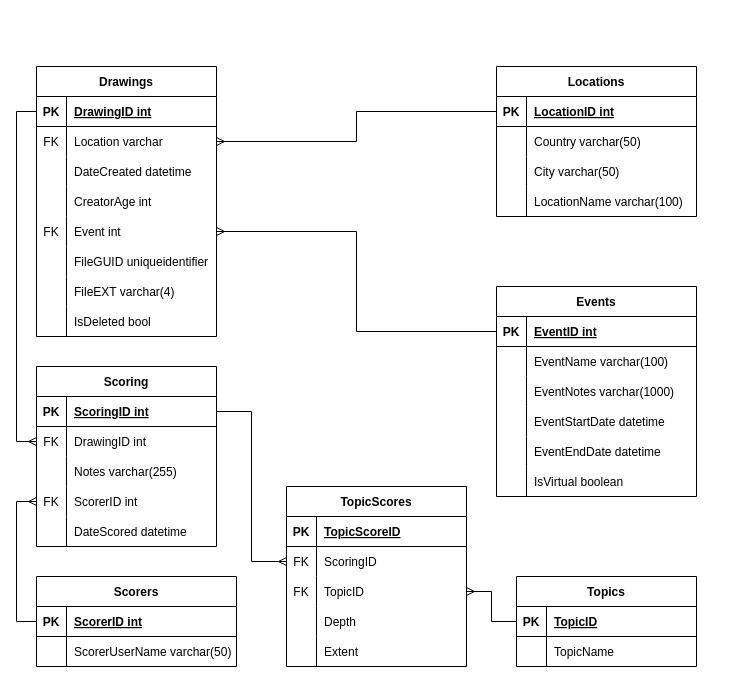
Earlier version of the draw.io diagram Project Docs/Diagrams/Entity Relationship Diagram/NMA ERD.drawio (jgalminas/nma). Source tidied: cells renumbered, new cells numbered last; positions are measured from the earlier drawing's top-left corner, leaving out a move shared by most shapes. Both pictures are drawn from the tidied source at 100%, with x=0, y=0 at pixel (36, 66).
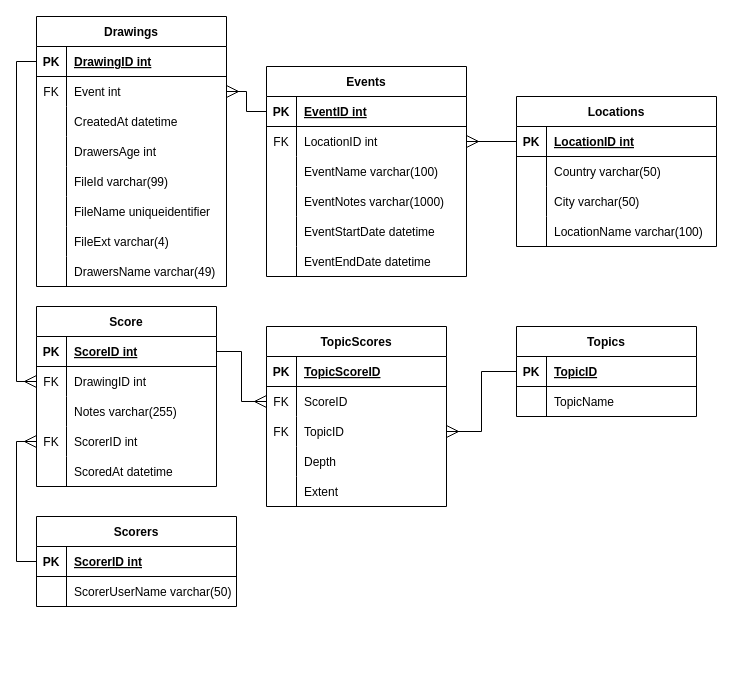
Above is the later version.

Unchanged cells that the change refers to:
```xml
<mxCell id="28" style="shape=tableRow;horizontal=0;startSize=0;swimlaneHead=0;swimlaneBody=0;fillColor=none;points=[[0,0.5],[1,0.5]];portConstraint=eastwest;top=0;left=0;right=0;bottom=1;" parent="27" vertex="1">
  <mxGeometry y="30" width="200" height="30" as="geometry" />
</mxCell>
<mxCell id="35" style="shape=tableRow;horizontal=0;startSize=0;swimlaneHead=0;swimlaneBody=0;fillColor=none;points=[[0,0.5],[1,0.5]];portConstraint=eastwest;top=0;left=0;right=0;bottom=1;" parent="34" vertex="1">
  <mxGeometry y="30" width="180" height="30" as="geometry" />
</mxCell>
<mxCell id="38" style="shape=tableRow;horizontal=0;startSize=0;swimlaneHead=0;swimlaneBody=0;fillColor=none;points=[[0,0.5],[1,0.5]];portConstraint=eastwest;top=0;left=0;right=0;bottom=0;" parent="34" vertex="1">
  <mxGeometry y="60" width="180" height="30" as="geometry" />
</mxCell>
<mxCell id="44" style="shape=tableRow;horizontal=0;startSize=0;swimlaneHead=0;swimlaneBody=0;fillColor=none;points=[[0,0.5],[1,0.5]];portConstraint=eastwest;top=0;left=0;right=0;bottom=0;" parent="34" vertex="1">
  <mxGeometry y="120" width="180" height="30" as="geometry" />
</mxCell>
<mxCell id="47" style="shape=tableRow;horizontal=0;startSize=0;swimlaneHead=0;swimlaneBody=0;fillColor=none;top=0;left=0;right=0;bottom=0;" parent="34" vertex="1">
  <mxGeometry y="150" width="180" height="30" as="geometry" />
</mxCell>
<mxCell id="51" style="shape=tableRow;horizontal=0;startSize=0;swimlaneHead=0;swimlaneBody=0;fillColor=none;points=[[0,0.5],[1,0.5]];portConstraint=eastwest;top=0;left=0;right=0;bottom=1;" parent="50" vertex="1">
  <mxGeometry y="30" width="200" height="30" as="geometry" />
</mxCell>
<mxCell id="72" style="shape=tableRow;horizontal=0;startSize=0;swimlaneHead=0;swimlaneBody=0;fillColor=none;points=[[0,0.5],[1,0.5]];portConstraint=eastwest;top=0;left=0;right=0;bottom=1;" parent="71" vertex="1">
  <mxGeometry y="30" width="200" height="30" as="geometry" />
</mxCell>
<mxCell id="86" style="shape=tableRow;horizontal=0;startSize=0;swimlaneHead=0;swimlaneBody=0;fillColor=none;points=[[0,0.5],[1,0.5]];portConstraint=eastwest;top=0;left=0;right=0;bottom=1;" parent="85" vertex="1">
  <mxGeometry y="30" width="180" height="30" as="geometry" />
</mxCell>
<mxCell id="96" style="shape=tableRow;horizontal=0;startSize=0;swimlaneHead=0;swimlaneBody=0;fillColor=none;points=[[0,0.5],[1,0.5]];portConstraint=eastwest;top=0;left=0;right=0;bottom=0;" parent="92" vertex="1">
  <mxGeometry y="60" width="180" height="30" as="geometry" />
</mxCell>
<mxCell id="99" style="shape=tableRow;horizontal=0;startSize=0;swimlaneHead=0;swimlaneBody=0;fillColor=none;points=[[0,0.5],[1,0.5]];portConstraint=eastwest;top=0;left=0;right=0;bottom=0;" parent="92" vertex="1">
  <mxGeometry y="90" width="180" height="30" as="geometry" />
</mxCell>
```

Change to the diagram source:
```diff
@@
     <mxCell id="2" value="Drawings" style="shape=table;startSize=30;childLayout=tableLayout;rowLines=0;fontStyle=1;align=center;" parent="1" vertex="1">
-      <mxGeometry width="180" height="270" as="geometry" />
+      <mxGeometry y="-50" width="190" height="270" as="geometry" />
     </mxCell>
     <mxCell id="3" style="shape=tableRow;horizontal=0;startSize=0;swimlaneHead=0;swimlaneBody=0;fillColor=none;points=[[0,0.5],[1,0.5]];portConstraint=eastwest;top=0;left=0;right=0;bottom=1;" parent="2" vertex="1">
-      <mxGeometry y="30" width="180" height="30" as="geometry" />
+      <mxGeometry y="30" width="190" height="30" as="geometry" />
     </mxCell>
@@
     <mxCell id="5" value="DrawingID int" style="shape=partialRectangle;fillColor=none;top=0;left=0;bottom=0;right=0;align=left;spacingLeft=6;fontStyle=5;overflow=hidden;" parent="3" vertex="1">
-      <mxGeometry x="30" width="150" height="30" as="geometry" />
+      <mxGeometry x="30" width="160" height="30" as="geometry" />
     </mxCell>
-    <mxCell id="6" style="shape=tableRow;horizontal=0;startSize=0;swimlaneHead=0;swimlaneBody=0;fillColor=none;points=[[0,0.5],[1,0.5]];portConstraint=eastwest;top=0;left=0;right=0;bottom=0;" parent="2" vertex="1">
-      <mxGeometry y="60" width="180" height="30" as="geometry" />
-    </mxCell>
-    <mxCell id="7" value="FK" style="shape=partialRectangle;fillColor=none;top=0;left=0;bottom=0;right=0;overflow=hidden;" parent="6" vertex="1">
-      <mxGeometry width="30" height="30" as="geometry" />
-    </mxCell>
-    <mxCell id="8" value="Location varchar" style="shape=partialRectangle;fillColor=none;top=0;left=0;bottom=0;right=0;align=left;spacingLeft=6;overflow=hidden;" parent="6" vertex="1">
-      <mxGeometry x="30" width="150" height="30" as="geometry" />
-    </mxCell>
+    <mxCell id="15" style="shape=tableRow;horizontal=0;startSize=0;swimlaneHead=0;swimlaneBody=0;fillColor=none;points=[[0,0.5],[1,0.5]];portConstraint=eastwest;top=0;left=0;right=0;bottom=0;" parent="2" vertex="1">
+      <mxGeometry y="60" width="190" height="30" as="geometry" />
+    </mxCell>
+    <mxCell id="16" value="FK" style="shape=partialRectangle;fillColor=none;top=0;left=0;bottom=0;right=0;overflow=hidden;" parent="15" vertex="1">
+      <mxGeometry width="30" height="30" as="geometry" />
+    </mxCell>
+    <mxCell id="17" value="Event int" style="shape=partialRectangle;fillColor=none;top=0;left=0;bottom=0;right=0;align=left;spacingLeft=6;overflow=hidden;" parent="15" vertex="1">
+      <mxGeometry x="30" width="160" height="30" as="geometry" />
+    </mxCell>
     <mxCell id="9" style="shape=tableRow;horizontal=0;startSize=0;swimlaneHead=0;swimlaneBody=0;fillColor=none;top=0;left=0;right=0;bottom=0;" parent="2" vertex="1">
-      <mxGeometry y="90" width="180" height="30" as="geometry" />
+      <mxGeometry y="90" width="190" height="30" as="geometry" />
     </mxCell>
@@
-    <mxCell id="11" value="DateCreated datetime" style="shape=partialRectangle;fillColor=none;top=0;left=0;bottom=0;right=0;align=left;spacingLeft=6;overflow=hidden;" parent="9" vertex="1">
-      <mxGeometry x="30" width="150" height="30" as="geometry" />
+    <mxCell id="11" value="CreatedAt datetime" style="shape=partialRectangle;fillColor=none;top=0;left=0;bottom=0;right=0;align=left;spacingLeft=6;overflow=hidden;" parent="9" vertex="1">
+      <mxGeometry x="30" width="160" height="30" as="geometry" />
     </mxCell>
     <mxCell id="12" style="shape=tableRow;horizontal=0;startSize=0;swimlaneHead=0;swimlaneBody=0;fillColor=none;top=0;left=0;right=0;bottom=0;" parent="2" vertex="1">
-      <mxGeometry y="120" width="180" height="30" as="geometry" />
+      <mxGeometry y="120" width="190" height="30" as="geometry" />
     </mxCell>
@@
-    <mxCell id="14" value="CreatorAge int" style="shape=partialRectangle;fillColor=none;top=0;left=0;bottom=0;right=0;align=left;spacingLeft=6;overflow=hidden;" parent="12" vertex="1">
-      <mxGeometry x="30" width="150" height="30" as="geometry" />
+    <mxCell id="14" value="DrawersAge int" style="shape=partialRectangle;fillColor=none;top=0;left=0;bottom=0;right=0;align=left;spacingLeft=6;overflow=hidden;" parent="12" vertex="1">
+      <mxGeometry x="30" width="160" height="30" as="geometry" />
     </mxCell>
-    <mxCell id="15" style="shape=tableRow;horizontal=0;startSize=0;swimlaneHead=0;swimlaneBody=0;fillColor=none;points=[[0,0.5],[1,0.5]];portConstraint=eastwest;top=0;left=0;right=0;bottom=0;" parent="2" vertex="1">
-      <mxGeometry y="150" width="180" height="30" as="geometry" />
-    </mxCell>
-    <mxCell id="16" value="FK" style="shape=partialRectangle;fillColor=none;top=0;left=0;bottom=0;right=0;overflow=hidden;" parent="15" vertex="1">
-      <mxGeometry width="30" height="30" as="geometry" />
-    </mxCell>
-    <mxCell id="17" value="Event int" style="shape=partialRectangle;fillColor=none;top=0;left=0;bottom=0;right=0;align=left;spacingLeft=6;overflow=hidden;" parent="15" vertex="1">
-      <mxGeometry x="30" width="150" height="30" as="geometry" />
-    </mxCell>
     <mxCell id="18" style="shape=tableRow;horizontal=0;startSize=0;swimlaneHead=0;swimlaneBody=0;fillColor=none;top=0;left=0;right=0;bottom=0;" parent="2" vertex="1">
-      <mxGeometry y="180" width="180" height="30" as="geometry" />
+      <mxGeometry y="150" width="190" height="30" as="geometry" />
     </mxCell>
@@
-    <mxCell id="20" value="FileGUID uniqueidentifier" style="shape=partialRectangle;fillColor=none;top=0;left=0;bottom=0;right=0;align=left;spacingLeft=6;overflow=hidden;" parent="18" vertex="1">
-      <mxGeometry x="30" width="150" height="30" as="geometry" />
+    <mxCell id="20" value="FileId varchar(99)" style="shape=partialRectangle;fillColor=none;top=0;left=0;bottom=0;right=0;align=left;spacingLeft=6;overflow=hidden;" parent="18" vertex="1">
+      <mxGeometry x="30" width="160" height="30" as="geometry" />
     </mxCell>
+    <mxCell id="111" style="shape=tableRow;horizontal=0;startSize=0;swimlaneHead=0;swimlaneBody=0;fillColor=none;top=0;left=0;right=0;bottom=0;" parent="2" vertex="1">
+      <mxGeometry y="180" width="190" height="30" as="geometry" />
+    </mxCell>
+    <mxCell id="112" style="shape=partialRectangle;fillColor=none;top=0;left=0;bottom=0;right=0;overflow=hidden;" parent="111" vertex="1">
+      <mxGeometry width="30" height="30" as="geometry" />
+    </mxCell>
+    <mxCell id="113" value="FileName uniqueidentifier" style="shape=partialRectangle;fillColor=none;top=0;left=0;bottom=0;right=0;align=left;spacingLeft=6;overflow=hidden;" parent="111" vertex="1">
+      <mxGeometry x="30" width="160" height="30" as="geometry" />
+    </mxCell>
     <mxCell id="21" style="shape=tableRow;horizontal=0;startSize=0;swimlaneHead=0;swimlaneBody=0;fillColor=none;top=0;left=0;right=0;bottom=0;" parent="2" vertex="1">
-      <mxGeometry y="210" width="180" height="30" as="geometry" />
+      <mxGeometry y="210" width="190" height="30" as="geometry" />
     </mxCell>
@@
-    <mxCell id="23" value="FileEXT varchar(4)" style="shape=partialRectangle;fillColor=none;top=0;left=0;bottom=0;right=0;align=left;spacingLeft=6;overflow=hidden;" parent="21" vertex="1">
-      <mxGeometry x="30" width="150" height="30" as="geometry" />
+    <mxCell id="23" value="FileExt varchar(4)" style="shape=partialRectangle;fillColor=none;top=0;left=0;bottom=0;right=0;align=left;spacingLeft=6;overflow=hidden;" parent="21" vertex="1">
+      <mxGeometry x="30" width="160" height="30" as="geometry" />
     </mxCell>
-    <mxCell id="24" style="shape=tableRow;horizontal=0;startSize=0;swimlaneHead=0;swimlaneBody=0;fillColor=none;top=0;left=0;right=0;bottom=0;" parent="2" vertex="1">
-      <mxGeometry y="240" width="180" height="30" as="geometry" />
-    </mxCell>
-    <mxCell id="25" style="shape=partialRectangle;fillColor=none;top=0;left=0;bottom=0;right=0;overflow=hidden;" parent="24" vertex="1">
-      <mxGeometry width="30" height="30" as="geometry" />
-    </mxCell>
-    <mxCell id="26" value="IsDeleted bool" style="shape=partialRectangle;fillColor=none;top=0;left=0;bottom=0;right=0;align=left;spacingLeft=6;overflow=hidden;" parent="24" vertex="1">
-      <mxGeometry x="30" width="150" height="30" as="geometry" />
-    </mxCell>
+    <mxCell id="114" style="shape=tableRow;horizontal=0;startSize=0;swimlaneHead=0;swimlaneBody=0;fillColor=none;top=0;left=0;right=0;bottom=0;" parent="2" vertex="1">
+      <mxGeometry y="240" width="190" height="30" as="geometry" />
+    </mxCell>
+    <mxCell id="115" style="shape=partialRectangle;fillColor=none;top=0;left=0;bottom=0;right=0;overflow=hidden;" parent="114" vertex="1">
+      <mxGeometry width="30" height="30" as="geometry" />
+    </mxCell>
+    <mxCell id="116" value="DrawersName varchar(49)" style="shape=partialRectangle;fillColor=none;top=0;left=0;bottom=0;right=0;align=left;spacingLeft=6;overflow=hidden;" parent="114" vertex="1">
+      <mxGeometry x="30" width="160" height="30" as="geometry" />
+    </mxCell>
     <mxCell id="27" value="Scorers" style="shape=table;startSize=30;childLayout=tableLayout;rowLines=0;fontStyle=1;align=center;" parent="1" vertex="1">
-      <mxGeometry y="510" width="200" height="90" as="geometry" />
+      <mxGeometry y="450" width="200" height="90" as="geometry" />
     </mxCell>
@@
-    <mxCell id="34" value="Scoring" style="shape=table;startSize=30;childLayout=tableLayout;rowLines=0;fontStyle=1;align=center;" parent="1" vertex="1">
-      <mxGeometry y="300" width="180" height="180" as="geometry" />
+    <mxCell id="34" value="Score" style="shape=table;startSize=30;childLayout=tableLayout;rowLines=0;fontStyle=1;align=center;" parent="1" vertex="1">
+      <mxGeometry y="240" width="180" height="180" as="geometry" />
     </mxCell>
@@
-    <mxCell id="37" value="ScoringID int" style="shape=partialRectangle;fillColor=none;top=0;left=0;bottom=0;right=0;align=left;spacingLeft=6;fontStyle=5;overflow=hidden;" parent="35" vertex="1">
+    <mxCell id="37" value="ScoreID int" style="shape=partialRectangle;fillColor=none;top=0;left=0;bottom=0;right=0;align=left;spacingLeft=6;fontStyle=5;overflow=hidden;" parent="35" vertex="1">
       <mxGeometry x="30" width="150" height="30" as="geometry" />
     </mxCell>
@@
-    <mxCell id="49" value="DateScored datetime" style="shape=partialRectangle;fillColor=none;top=0;left=0;bottom=0;right=0;align=left;spacingLeft=6;overflow=hidden;" parent="47" vertex="1">
+    <mxCell id="49" value="ScoredAt datetime" style="shape=partialRectangle;fillColor=none;top=0;left=0;bottom=0;right=0;align=left;spacingLeft=6;overflow=hidden;" parent="47" vertex="1">
       <mxGeometry x="30" width="150" height="30" as="geometry" />
     </mxCell>
+    <mxCell id="117" style="edgeStyle=orthogonalEdgeStyle;rounded=0;jettySize=auto;html=1;endArrow=none;endFill=0;startArrow=ERmany;startFill=0;exitX=1;exitY=0.5;exitDx=0;exitDy=0;entryX=0;entryY=0.5;entryDx=0;entryDy=0;endSize=10;startSize=10;" parent="1" edge="1" source="118" target="72">
+      <mxGeometry relative="1" as="geometry" />
+    </mxCell>
     <mxCell id="50" value="Events" style="shape=table;startSize=30;childLayout=tableLayout;rowLines=0;fontStyle=1;align=center;" parent="1" vertex="1">
-      <mxGeometry x="460" y="220" width="200" height="210" as="geometry" />
+      <mxGeometry x="230" width="200" height="210" as="geometry" />
     </mxCell>
@@
+    <mxCell id="118" style="shape=tableRow;horizontal=0;startSize=0;swimlaneHead=0;swimlaneBody=0;fillColor=none;points=[[0,0.5],[1,0.5]];portConstraint=eastwest;top=0;left=0;right=0;bottom=0;" parent="50" vertex="1">
+      <mxGeometry y="60" width="200" height="30" as="geometry" />
+    </mxCell>
+    <mxCell id="7" value="FK" style="shape=partialRectangle;fillColor=none;top=0;left=0;bottom=0;right=0;overflow=hidden;" parent="118" vertex="1">
+      <mxGeometry width="30" height="30" as="geometry" />
+    </mxCell>
+    <mxCell id="119" value="LocationID int" style="shape=partialRectangle;fillColor=none;top=0;left=0;bottom=0;right=0;align=left;spacingLeft=6;overflow=hidden;" parent="118" vertex="1">
+      <mxGeometry x="30" width="170" height="30" as="geometry" />
+    </mxCell>
     <mxCell id="54" style="shape=tableRow;horizontal=0;startSize=0;swimlaneHead=0;swimlaneBody=0;fillColor=none;top=0;left=0;right=0;bottom=0;" parent="50" vertex="1">
-      <mxGeometry y="60" width="200" height="30" as="geometry" />
+      <mxGeometry y="90" width="200" height="30" as="geometry" />
     </mxCell>
@@
     <mxCell id="57" style="shape=tableRow;horizontal=0;startSize=0;swimlaneHead=0;swimlaneBody=0;fillColor=none;top=0;left=0;right=0;bottom=0;" parent="50" vertex="1">
-      <mxGeometry y="90" width="200" height="30" as="geometry" />
+      <mxGeometry y="120" width="200" height="30" as="geometry" />
     </mxCell>
@@
     <mxCell id="60" style="shape=tableRow;horizontal=0;startSize=0;swimlaneHead=0;swimlaneBody=0;fillColor=none;top=0;left=0;right=0;bottom=0;" parent="50" vertex="1">
-      <mxGeometry y="120" width="200" height="30" as="geometry" />
+      <mxGeometry y="150" width="200" height="30" as="geometry" />
     </mxCell>
@@
     <mxCell id="63" style="shape=tableRow;horizontal=0;startSize=0;swimlaneHead=0;swimlaneBody=0;fillColor=none;top=0;left=0;right=0;bottom=0;" parent="50" vertex="1">
-      <mxGeometry y="150" width="200" height="30" as="geometry" />
+      <mxGeometry y="180" width="200" height="30" as="geometry" />
     </mxCell>
@@
-    <mxCell id="66" style="shape=tableRow;horizontal=0;startSize=0;swimlaneHead=0;swimlaneBody=0;fillColor=none;top=0;left=0;right=0;bottom=0;" parent="50" vertex="1">
-      <mxGeometry y="180" width="200" height="30" as="geometry" />
-    </mxCell>
-    <mxCell id="67" style="shape=partialRectangle;fillColor=none;top=0;left=0;bottom=0;right=0;overflow=hidden;" parent="66" vertex="1">
-      <mxGeometry width="30" height="30" as="geometry" />
-    </mxCell>
-    <mxCell id="68" value="IsVirtual boolean" style="shape=partialRectangle;fillColor=none;top=0;left=0;bottom=0;right=0;align=left;spacingLeft=6;overflow=hidden;" parent="66" vertex="1">
-      <mxGeometry x="30" width="170" height="30" as="geometry" />
-    </mxCell>
-    <mxCell id="69" style="edgeStyle=orthogonalEdgeStyle;rounded=0;jettySize=auto;html=1;exitX=0;exitY=0.5;exitDx=0;exitDy=0;entryX=1;entryY=0.5;entryDx=0;entryDy=0;endArrow=ERmany;endFill=0;" parent="1" edge="1" source="51" target="15">
+    <mxCell id="69" style="edgeStyle=orthogonalEdgeStyle;rounded=0;jettySize=auto;html=1;exitX=0;exitY=0.5;exitDx=0;exitDy=0;entryX=1;entryY=0.5;entryDx=0;entryDy=0;endArrow=ERmany;endFill=0;startSize=10;endSize=10;" parent="1" edge="1" source="51" target="15">
       <mxGeometry relative="1" as="geometry" />
     </mxCell>
-    <mxCell id="70" style="edgeStyle=orthogonalEdgeStyle;rounded=0;jettySize=auto;html=1;exitX=0;exitY=0.5;exitDx=0;exitDy=0;entryX=0;entryY=0.5;entryDx=0;entryDy=0;endArrow=ERmany;endFill=0;" parent="1" edge="1" source="3" target="38">
+    <mxCell id="70" style="edgeStyle=orthogonalEdgeStyle;rounded=0;jettySize=auto;html=1;exitX=0;exitY=0.5;exitDx=0;exitDy=0;entryX=0;entryY=0.5;entryDx=0;entryDy=0;endArrow=ERmany;endFill=0;endSize=10;startSize=10;" parent="1" edge="1" source="3" target="38">
       <mxGeometry relative="1" as="geometry" />
     </mxCell>
     <mxCell id="71" value="Locations" style="shape=table;startSize=30;childLayout=tableLayout;rowLines=0;fontStyle=1;align=center;" parent="1" vertex="1">
-      <mxGeometry x="460" width="200" height="150" as="geometry" />
+      <mxGeometry x="480" y="30" width="200" height="150" as="geometry" />
     </mxCell>
@@
-    <mxCell id="84" style="edgeStyle=orthogonalEdgeStyle;rounded=0;jettySize=auto;html=1;exitX=0;exitY=0.5;exitDx=0;exitDy=0;entryX=1;entryY=0.5;entryDx=0;entryDy=0;endArrow=ERmany;endFill=0;" parent="1" edge="1" source="72" target="6">
-      <mxGeometry relative="1" as="geometry" />
-    </mxCell>
     <mxCell id="85" value="Topics" style="shape=table;startSize=30;childLayout=tableLayout;rowLines=0;fontStyle=1;align=center;" parent="1" vertex="1">
-      <mxGeometry x="480" y="510" width="180" height="90" as="geometry" />
+      <mxGeometry x="480" y="260" width="180" height="90" as="geometry" />
     </mxCell>
@@
     <mxCell id="92" value="TopicScores" style="shape=table;startSize=30;childLayout=tableLayout;rowLines=0;fontStyle=1;align=center;" parent="1" vertex="1">
-      <mxGeometry x="250" y="420" width="180" height="180" as="geometry" />
+      <mxGeometry x="230" y="260" width="180" height="180" as="geometry" />
     </mxCell>
@@
-    <mxCell id="98" value="ScoringID" style="shape=partialRectangle;fillColor=none;top=0;left=0;bottom=0;right=0;align=left;spacingLeft=6;overflow=hidden;" parent="96" vertex="1">
+    <mxCell id="98" value="ScoreID" style="shape=partialRectangle;fillColor=none;top=0;left=0;bottom=0;right=0;align=left;spacingLeft=6;overflow=hidden;" parent="96" vertex="1">
       <mxGeometry x="30" width="150" height="30" as="geometry" />
     </mxCell>
@@
-    <mxCell id="108" style="edgeStyle=orthogonalEdgeStyle;rounded=0;jettySize=auto;html=1;endArrow=ERmany;endFill=0;" parent="1" edge="1" source="35" target="96">
+    <mxCell id="108" style="edgeStyle=orthogonalEdgeStyle;rounded=0;jettySize=auto;html=1;endArrow=ERmany;endFill=0;endSize=10;startSize=10;" parent="1" edge="1" source="35" target="96">
       <mxGeometry relative="1" as="geometry" />
     </mxCell>
-    <mxCell id="109" style="edgeStyle=orthogonalEdgeStyle;rounded=0;jettySize=auto;html=1;entryX=1;entryY=0.5;entryDx=0;entryDy=0;endArrow=ERmany;endFill=0;" parent="1" edge="1" source="86" target="99">
+    <mxCell id="109" style="edgeStyle=orthogonalEdgeStyle;rounded=0;jettySize=auto;html=1;entryX=1;entryY=0.5;entryDx=0;entryDy=0;endArrow=ERmany;endFill=0;endSize=10;startSize=10;" parent="1" edge="1" source="86" target="99">
       <mxGeometry relative="1" as="geometry" />
     </mxCell>
-    <mxCell id="110" style="edgeStyle=orthogonalEdgeStyle;rounded=0;jettySize=auto;html=1;entryX=0;entryY=0.5;entryDx=0;entryDy=0;endArrow=ERmany;endFill=0;" parent="1" edge="1" source="28" target="44">
+    <mxCell id="110" style="edgeStyle=orthogonalEdgeStyle;rounded=0;jettySize=auto;html=1;entryX=0;entryY=0.5;entryDx=0;entryDy=0;endArrow=ERmany;endFill=0;endSize=10;startSize=10;" parent="1" edge="1" source="28" target="44">
       <mxGeometry relative="1" as="geometry" />
     </mxCell>
```
